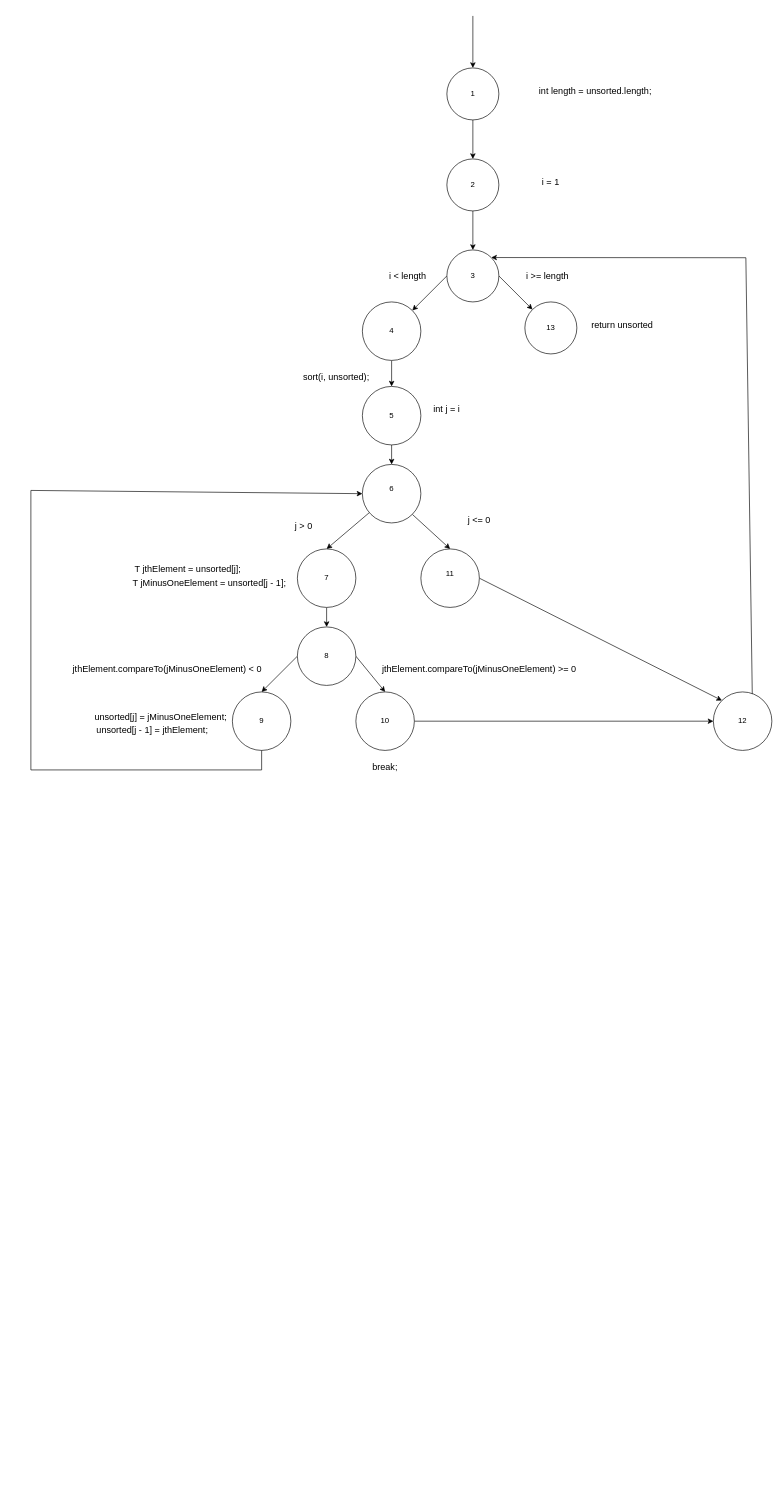
Earlier version of the draw.io diagram Graph_based_diagram.drawio (VoHoAnhTuan/Diagrams). Source tidied: cells renumbered, new cells numbered last; positions are measured from the earlier drawing's top-left corner, leaving out a move shared by most shapes. Both pictures are drawn from the tidied source at 65%, with x=0, y=0 at pixel (31, 16).
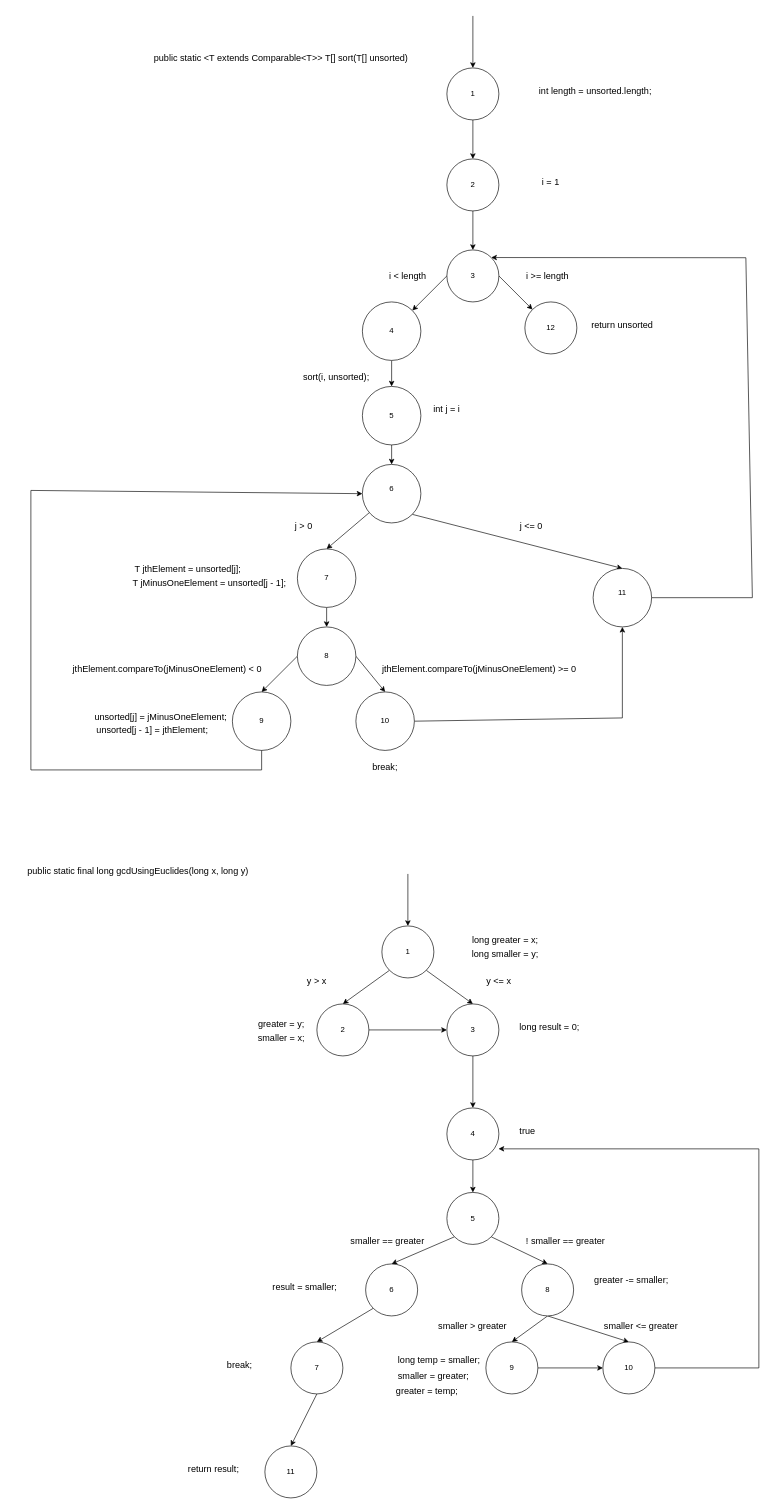
Above is the later version.

The change refers to these unchanged cells:
```xml
<mxCell id="9" value="3" style="ellipse;whiteSpace=wrap;html=1;" parent="1" vertex="1">
  <mxGeometry x="640" y="360" width="80" height="80" as="geometry" />
</mxCell>
<mxCell id="27" value="&lt;div&gt;10&lt;/div&gt;" style="ellipse;whiteSpace=wrap;html=1;" parent="1" vertex="1">
  <mxGeometry x="500" y="1040" width="90" height="90" as="geometry" />
</mxCell>
```

What changed in the source:
```diff
@@
-    <mxCell id="12" value="13" style="ellipse;whiteSpace=wrap;html=1;" parent="1" vertex="1">
+    <mxCell id="12" value="&lt;div&gt;12&lt;/div&gt;" style="ellipse;whiteSpace=wrap;html=1;" parent="1" vertex="1">
       <mxGeometry x="760" y="440" width="80" height="80" as="geometry" />
     </mxCell>
@@
-    <mxCell id="20" style="edgeStyle=none;rounded=0;jettySize=auto;html=1;exitX=1;exitY=0.5;exitDx=0;exitDy=0;entryX=0;entryY=0;entryDx=0;entryDy=0;" parent="1" edge="1" source="21" target="29">
-      <mxGeometry relative="1" as="geometry" />
-    </mxCell>
     <mxCell id="21" value="&lt;div&gt;11&lt;/div&gt;&lt;div&gt;&lt;br&gt;&lt;/div&gt;" style="ellipse;whiteSpace=wrap;html=1;" parent="1" vertex="1">
-      <mxGeometry x="600" y="820" width="90" height="90" as="geometry" />
+      <mxGeometry x="865" y="850" width="90" height="90" as="geometry" />
     </mxCell>
@@
-    <mxCell id="26" style="edgeStyle=none;rounded=0;jettySize=auto;html=1;exitX=1;exitY=0.5;exitDx=0;exitDy=0;entryX=0;entryY=0.5;entryDx=0;entryDy=0;" parent="1" edge="1" source="27" target="29">
-      <mxGeometry relative="1" as="geometry" />
+    <mxCell id="26" style="edgeStyle=none;rounded=0;jettySize=auto;html=1;exitX=1;exitY=0.5;exitDx=0;exitDy=0;entryX=0.5;entryY=1;entryDx=0;entryDy=0;" parent="1" edge="1" source="27" target="21">
+      <mxGeometry relative="1" as="geometry">
+        <Array as="points">
+          <mxPoint x="910" y="1080" />
+        </Array>
+      </mxGeometry>
     </mxCell>
@@
-    <mxCell id="28" style="edgeStyle=none;rounded=0;jettySize=auto;html=1;exitX=1;exitY=0;exitDx=0;exitDy=0;entryX=1;entryY=0;entryDx=0;entryDy=0;" parent="1" edge="1" source="29" target="9">
+    <mxCell id="28" style="edgeStyle=none;rounded=0;jettySize=auto;html=1;exitX=1;exitY=0.5;exitDx=0;exitDy=0;entryX=1;entryY=0;entryDx=0;entryDy=0;" parent="1" edge="1" source="21" target="9">
       <mxGeometry relative="1" as="geometry">
         <Array as="points">
-          <mxPoint x="1110" y="1053" />
+          <mxPoint x="1110" y="895" />
           <mxPoint x="1100" y="372" />
         </Array>
       </mxGeometry>
     </mxCell>
-    <mxCell id="29" value="&lt;div&gt;12&lt;/div&gt;" style="ellipse;whiteSpace=wrap;html=1;" parent="1" vertex="1">
-      <mxGeometry x="1050" y="1040" width="90" height="90" as="geometry" />
-    </mxCell>
@@
     <mxCell id="38" value="j &amp;lt;= 0" style="text;html=1;strokeColor=none;fillColor=none;align=center;verticalAlign=middle;whiteSpace=wrap;rounded=0;fontSize=14;" parent="1" vertex="1">
-      <mxGeometry x="660" y="760" width="60" height="30" as="geometry" />
+      <mxGeometry x="740" y="770" width="60" height="30" as="geometry" />
     </mxCell>
@@
+    <mxCell id="45" value="  &lt;span class=&quot;pl-k&quot;&gt;public&lt;/span&gt; &lt;span class=&quot;pl-k&quot;&gt;static&lt;/span&gt; &amp;lt;&lt;span class=&quot;pl-s1&quot;&gt;T&lt;/span&gt; &lt;span class=&quot;pl-k&quot;&gt;extends&lt;/span&gt; &lt;span class=&quot;pl-smi&quot;&gt;Comparable&lt;/span&gt;&amp;lt;&lt;span class=&quot;pl-smi&quot;&gt;T&lt;/span&gt;&amp;gt;&amp;gt; &lt;span class=&quot;pl-smi&quot;&gt;T&lt;/span&gt;[] &lt;span class=&quot;pl-en&quot;&gt;&lt;span data-hydro-click=&quot;{&amp;quot;event_type&amp;quot;:&amp;quot;code_navigation.click_on_symbol&amp;quot;,&amp;quot;payload&amp;quot;:{&amp;quot;action&amp;quot;:&amp;quot;click_on_symbol&amp;quot;,&amp;quot;repository_id&amp;quot;:14545717,&amp;quot;ref&amp;quot;:&amp;quot;master&amp;quot;,&amp;quot;language&amp;quot;:&amp;quot;Java&amp;quot;,&amp;quot;backend&amp;quot;:&amp;quot;ALEPH_FUZZY&amp;quot;,&amp;quot;code_nav_context&amp;quot;:&amp;quot;BLOB_VIEW&amp;quot;,&amp;quot;retry_backend&amp;quot;:&amp;quot;&amp;quot;,&amp;quot;cross_repo_results_included&amp;quot;:&amp;quot;CROSS_REPO_NOT_ENABLED&amp;quot;,&amp;quot;in_repo_result_count&amp;quot;:11,&amp;quot;cross_repo_result_count&amp;quot;:0,&amp;quot;originating_url&amp;quot;:&amp;quot;https://github.com/phishman3579/java-algorithms-implementation/find-definition?q=sort&amp;amp;blob_path=src%2Fcom%2Fjwetherell%2Falgorithms%2Fsorts%2FInsertionSort.java&amp;amp;ref=master&amp;amp;language=Java&amp;amp;row=24&amp;amp;col=48&amp;amp;code_nav_context=BLOB_VIEW&amp;quot;,&amp;quot;user_id&amp;quot;:65838391}}&quot; class=&quot;pl-token&quot;&gt;sort&lt;/span&gt;&lt;/span&gt;(&lt;span class=&quot;pl-smi&quot;&gt;T&lt;/span&gt;[] &lt;span class=&quot;pl-s1&quot;&gt;unsorted&lt;/span&gt;)" style="text;html=1;strokeColor=none;fillColor=none;align=center;verticalAlign=middle;whiteSpace=wrap;rounded=0;fontSize=14;" parent="1" vertex="1">
+      <mxGeometry x="150" y="50" width="470" height="30" as="geometry" />
+    </mxCell>
+    <mxCell id="46" value="&lt;span class=&quot;pl-k&quot;&gt;public&lt;/span&gt; &lt;span class=&quot;pl-k&quot;&gt;static&lt;/span&gt; &lt;span class=&quot;pl-k&quot;&gt;final&lt;/span&gt; &lt;span class=&quot;pl-smi&quot;&gt;long&lt;/span&gt; &lt;span class=&quot;pl-en&quot;&gt;&lt;span data-hydro-click=&quot;{&amp;quot;event_type&amp;quot;:&amp;quot;code_navigation.click_on_symbol&amp;quot;,&amp;quot;payload&amp;quot;:{&amp;quot;action&amp;quot;:&amp;quot;click_on_symbol&amp;quot;,&amp;quot;repository_id&amp;quot;:14545717,&amp;quot;ref&amp;quot;:&amp;quot;master&amp;quot;,&amp;quot;language&amp;quot;:&amp;quot;Java&amp;quot;,&amp;quot;backend&amp;quot;:&amp;quot;ALEPH_FUZZY&amp;quot;,&amp;quot;code_nav_context&amp;quot;:&amp;quot;BLOB_VIEW&amp;quot;,&amp;quot;retry_backend&amp;quot;:&amp;quot;&amp;quot;,&amp;quot;cross_repo_results_included&amp;quot;:&amp;quot;CROSS_REPO_NOT_ENABLED&amp;quot;,&amp;quot;in_repo_result_count&amp;quot;:1,&amp;quot;cross_repo_result_count&amp;quot;:0,&amp;quot;originating_url&amp;quot;:&amp;quot;https://github.com/phishman3579/java-algorithms-implementation/find-definition?q=gcdUsingEuclides&amp;amp;blob_path=src%2Fcom%2Fjwetherell%2Falgorithms%2Fmathematics%2FGreatestCommonDivisor.java&amp;amp;ref=master&amp;amp;language=Java&amp;amp;row=34&amp;amp;col=29&amp;amp;code_nav_context=BLOB_VIEW&amp;quot;,&amp;quot;user_id&amp;quot;:65838391}}&quot; class=&quot;pl-token&quot;&gt;gcdUsingEuclides&lt;/span&gt;&lt;/span&gt;(&lt;span class=&quot;pl-smi&quot;&gt;long&lt;/span&gt; &lt;span class=&quot;pl-s1&quot;&gt;x&lt;/span&gt;, &lt;span class=&quot;pl-smi&quot;&gt;long&lt;/span&gt; &lt;span class=&quot;pl-s1&quot;&gt;y&lt;/span&gt;)" style="text;html=1;strokeColor=none;fillColor=none;align=center;verticalAlign=middle;whiteSpace=wrap;rounded=0;fontSize=14;" parent="1" vertex="1">
+      <mxGeometry x="-30" y="1300" width="390" height="30" as="geometry" />
+    </mxCell>
+    <mxCell id="47" style="endArrow=classic;html=1;rounded=0;" parent="1" edge="1" target="50">
+      <mxGeometry relative="1" as="geometry">
+        <mxPoint x="580" y="1320" as="sourcePoint" />
+      </mxGeometry>
+    </mxCell>
+    <mxCell id="48" style="edgeStyle=none;rounded=0;jettySize=auto;html=1;exitX=0;exitY=1;exitDx=0;exitDy=0;entryX=0.5;entryY=0;entryDx=0;entryDy=0;fontSize=14;" parent="1" edge="1" source="50" target="52">
+      <mxGeometry relative="1" as="geometry" />
+    </mxCell>
+    <mxCell id="49" style="edgeStyle=none;rounded=0;jettySize=auto;html=1;exitX=1;exitY=1;exitDx=0;exitDy=0;entryX=0.5;entryY=0;entryDx=0;entryDy=0;fontSize=14;" parent="1" edge="1" source="50" target="54">
+      <mxGeometry relative="1" as="geometry" />
+    </mxCell>
+    <mxCell id="50" value="1" style="ellipse;whiteSpace=wrap;html=1;" parent="1" vertex="1">
+      <mxGeometry x="540" y="1400" width="80" height="80" as="geometry" />
+    </mxCell>
+    <mxCell id="51" style="edgeStyle=none;rounded=0;jettySize=auto;html=1;exitX=1;exitY=0.5;exitDx=0;exitDy=0;entryX=0;entryY=0.5;entryDx=0;entryDy=0;fontSize=14;" parent="1" edge="1" source="52" target="54">
+      <mxGeometry relative="1" as="geometry" />
+    </mxCell>
+    <mxCell id="52" value="2" style="ellipse;whiteSpace=wrap;html=1;" parent="1" vertex="1">
+      <mxGeometry x="440" y="1520" width="80" height="80" as="geometry" />
+    </mxCell>
+    <mxCell id="53" style="edgeStyle=none;rounded=0;jettySize=auto;html=1;exitX=0.5;exitY=1;exitDx=0;exitDy=0;fontSize=14;" parent="1" edge="1" source="54" target="56">
+      <mxGeometry relative="1" as="geometry" />
+    </mxCell>
+    <mxCell id="54" value="3" style="ellipse;whiteSpace=wrap;html=1;" parent="1" vertex="1">
+      <mxGeometry x="640" y="1520" width="80" height="80" as="geometry" />
+    </mxCell>
+    <mxCell id="55" style="edgeStyle=none;rounded=0;jettySize=auto;html=1;exitX=0.5;exitY=1;exitDx=0;exitDy=0;entryX=0.5;entryY=0;entryDx=0;entryDy=0;fontSize=14;" parent="1" edge="1" source="56" target="59">
+      <mxGeometry relative="1" as="geometry" />
+    </mxCell>
+    <mxCell id="56" value="4" style="ellipse;whiteSpace=wrap;html=1;" parent="1" vertex="1">
+      <mxGeometry x="640" y="1680" width="80" height="80" as="geometry" />
+    </mxCell>
+    <mxCell id="57" style="edgeStyle=none;rounded=0;jettySize=auto;html=1;exitX=0;exitY=1;exitDx=0;exitDy=0;entryX=0.5;entryY=0;entryDx=0;entryDy=0;fontSize=14;" parent="1" edge="1" source="59" target="61">
+      <mxGeometry relative="1" as="geometry" />
+    </mxCell>
+    <mxCell id="58" style="edgeStyle=none;rounded=0;jettySize=auto;html=1;exitX=1;exitY=1;exitDx=0;exitDy=0;entryX=0.5;entryY=0;entryDx=0;entryDy=0;fontSize=14;" parent="1" edge="1" source="59" target="64">
+      <mxGeometry relative="1" as="geometry" />
+    </mxCell>
+    <mxCell id="59" value="5" style="ellipse;whiteSpace=wrap;html=1;" parent="1" vertex="1">
+      <mxGeometry x="640" y="1810" width="80" height="80" as="geometry" />
+    </mxCell>
+    <mxCell id="60" style="edgeStyle=none;rounded=0;jettySize=auto;html=1;exitX=0;exitY=1;exitDx=0;exitDy=0;entryX=0.5;entryY=0;entryDx=0;entryDy=0;fontSize=14;" parent="1" edge="1" source="61" target="66">
+      <mxGeometry relative="1" as="geometry" />
+    </mxCell>
+    <mxCell id="61" value="6" style="ellipse;whiteSpace=wrap;html=1;" parent="1" vertex="1">
+      <mxGeometry x="515" y="1920" width="80" height="80" as="geometry" />
+    </mxCell>
+    <mxCell id="62" style="edgeStyle=none;rounded=0;jettySize=auto;html=1;exitX=0.5;exitY=1;exitDx=0;exitDy=0;entryX=0.5;entryY=0;entryDx=0;entryDy=0;fontSize=14;" parent="1" edge="1" source="64" target="69">
+      <mxGeometry relative="1" as="geometry" />
+    </mxCell>
+    <mxCell id="63" style="edgeStyle=none;rounded=0;jettySize=auto;html=1;exitX=0.5;exitY=1;exitDx=0;exitDy=0;entryX=0.5;entryY=0;entryDx=0;entryDy=0;fontSize=14;" parent="1" edge="1" source="64" target="71">
+      <mxGeometry relative="1" as="geometry" />
+    </mxCell>
+    <mxCell id="64" value="8" style="ellipse;whiteSpace=wrap;html=1;" parent="1" vertex="1">
+      <mxGeometry x="755" y="1920" width="80" height="80" as="geometry" />
+    </mxCell>
+    <mxCell id="65" style="edgeStyle=none;rounded=0;jettySize=auto;html=1;exitX=0.5;exitY=1;exitDx=0;exitDy=0;entryX=0.5;entryY=0;entryDx=0;entryDy=0;fontSize=14;" parent="1" edge="1" source="66" target="67">
+      <mxGeometry relative="1" as="geometry" />
+    </mxCell>
+    <mxCell id="66" value="7" style="ellipse;whiteSpace=wrap;html=1;" parent="1" vertex="1">
+      <mxGeometry x="400" y="2040" width="80" height="80" as="geometry" />
+    </mxCell>
+    <mxCell id="67" value="11" style="ellipse;whiteSpace=wrap;html=1;" parent="1" vertex="1">
+      <mxGeometry x="360" y="2200" width="80" height="80" as="geometry" />
+    </mxCell>
+    <mxCell id="68" style="edgeStyle=none;rounded=0;jettySize=auto;html=1;exitX=1;exitY=0.5;exitDx=0;exitDy=0;entryX=0;entryY=0.5;entryDx=0;entryDy=0;fontSize=14;" parent="1" edge="1" source="69" target="71">
+      <mxGeometry relative="1" as="geometry" />
+    </mxCell>
+    <mxCell id="69" value="9" style="ellipse;whiteSpace=wrap;html=1;" parent="1" vertex="1">
+      <mxGeometry x="700" y="2040" width="80" height="80" as="geometry" />
+    </mxCell>
+    <mxCell id="70" style="edgeStyle=none;rounded=0;jettySize=auto;html=1;exitX=1;exitY=0.5;exitDx=0;exitDy=0;entryX=0.993;entryY=0.787;entryDx=0;entryDy=0;entryPerimeter=0;fontSize=14;" parent="1" edge="1" source="71" target="56">
+      <mxGeometry relative="1" as="geometry">
+        <Array as="points">
+          <mxPoint x="1120" y="2080" />
+          <mxPoint x="1120" y="1743" />
+        </Array>
+      </mxGeometry>
+    </mxCell>
+    <mxCell id="71" value="10" style="ellipse;whiteSpace=wrap;html=1;" parent="1" vertex="1">
+      <mxGeometry x="880" y="2040" width="80" height="80" as="geometry" />
+    </mxCell>
+    <mxCell id="72" value="&lt;table class=&quot;highlight tab-size js-file-line-container js-code-nav-container js-tagsearch-file&quot;&gt;&lt;tbody&gt;&lt;tr&gt;&lt;td class=&quot;blob-code blob-code-inner js-file-line&quot; id=&quot;LC36&quot;&gt;&lt;span class=&quot;pl-smi&quot;&gt;long&lt;/span&gt; &lt;span class=&quot;pl-s1&quot;&gt;greater&lt;/span&gt; = &lt;span class=&quot;pl-s1&quot;&gt;x&lt;/span&gt;;&lt;/td&gt;&#10;        &lt;/tr&gt;&#10;        &lt;tr&gt;&#10;          &lt;/tr&gt;&lt;/tbody&gt;&lt;/table&gt;        &lt;span class=&quot;pl-smi&quot;&gt;long&lt;/span&gt; &lt;span class=&quot;pl-s1&quot;&gt;smaller&lt;/span&gt; = &lt;span class=&quot;pl-s1&quot;&gt;y&lt;/span&gt;;" style="text;html=1;strokeColor=none;fillColor=none;align=center;verticalAlign=middle;whiteSpace=wrap;rounded=0;fontSize=14;" parent="1" vertex="1">
+      <mxGeometry x="640" y="1390" width="180" height="30" as="geometry" />
+    </mxCell>
+    <mxCell id="73" value="&lt;span class=&quot;pl-s1&quot;&gt;y&lt;/span&gt; &amp;gt; &lt;span class=&quot;pl-s1&quot;&gt;x&lt;/span&gt;" style="text;html=1;strokeColor=none;fillColor=none;align=center;verticalAlign=middle;whiteSpace=wrap;rounded=0;fontSize=14;" parent="1" vertex="1">
+      <mxGeometry x="410" y="1470" width="60" height="30" as="geometry" />
+    </mxCell>
+    <mxCell id="74" value="&lt;span class=&quot;pl-s1&quot;&gt;y&lt;/span&gt; &amp;lt;= &lt;span class=&quot;pl-s1&quot;&gt;x&lt;/span&gt;" style="text;html=1;strokeColor=none;fillColor=none;align=center;verticalAlign=middle;whiteSpace=wrap;rounded=0;fontSize=14;" parent="1" vertex="1">
+      <mxGeometry x="690" y="1470" width="60" height="30" as="geometry" />
+    </mxCell>
+    <mxCell id="75" value="&lt;table class=&quot;highlight tab-size js-file-line-container js-code-nav-container js-tagsearch-file&quot;&gt;&lt;tbody&gt;&lt;tr&gt;&lt;td class=&quot;blob-code blob-code-inner js-file-line&quot; id=&quot;LC39&quot;&gt; &lt;span class=&quot;pl-s1&quot;&gt;greater&lt;/span&gt; = &lt;span class=&quot;pl-s1&quot;&gt;y&lt;/span&gt;;&lt;/td&gt;&#10;        &lt;/tr&gt;&#10;        &lt;tr&gt;&#10;          &lt;/tr&gt;&lt;/tbody&gt;&lt;/table&gt;            &lt;span class=&quot;pl-s1&quot;&gt;smaller&lt;/span&gt; = &lt;span class=&quot;pl-s1&quot;&gt;x&lt;/span&gt;;" style="text;html=1;strokeColor=none;fillColor=none;align=center;verticalAlign=middle;whiteSpace=wrap;rounded=0;fontSize=14;" parent="1" vertex="1">
+      <mxGeometry x="307.5" y="1520" width="155" height="30" as="geometry" />
+    </mxCell>
+    <mxCell id="76" value="&lt;span class=&quot;pl-smi&quot;&gt;long&lt;/span&gt; &lt;span class=&quot;pl-s1&quot;&gt;result&lt;/span&gt; = &lt;span class=&quot;pl-c1&quot;&gt;0&lt;/span&gt;;" style="text;whiteSpace=wrap;html=1;fontSize=14;" parent="1" vertex="1">
+      <mxGeometry x="750" y="1540" width="130" height="40" as="geometry" />
+    </mxCell>
+    <mxCell id="77" value="true" style="text;whiteSpace=wrap;html=1;fontSize=14;" parent="1" vertex="1">
+      <mxGeometry x="750" y="1700" width="130" height="40" as="geometry" />
+    </mxCell>
+    <mxCell id="78" value="&lt;span class=&quot;pl-s1&quot;&gt;smaller&lt;/span&gt; == &lt;span class=&quot;pl-s1&quot;&gt;greater&lt;/span&gt;" style="text;whiteSpace=wrap;html=1;fontSize=14;" parent="1" vertex="1">
+      <mxGeometry x="490" y="1870" width="130" height="40" as="geometry" />
+    </mxCell>
+    <mxCell id="79" value="&lt;span class=&quot;pl-s1&quot;&gt;! smaller&lt;/span&gt; == &lt;span class=&quot;pl-s1&quot;&gt;greater&lt;/span&gt;" style="text;whiteSpace=wrap;html=1;fontSize=14;" parent="1" vertex="1">
+      <mxGeometry x="760" y="1870" width="130" height="40" as="geometry" />
+    </mxCell>
+    <mxCell id="80" value=" &lt;span class=&quot;pl-s1&quot;&gt;result&lt;/span&gt; = &lt;span class=&quot;pl-s1&quot;&gt;smaller&lt;/span&gt;;" style="text;whiteSpace=wrap;html=1;fontSize=14;" parent="1" vertex="1">
+      <mxGeometry x="370" y="1940" width="130" height="40" as="geometry" />
+    </mxCell>
+    <mxCell id="81" value="break;" style="text;whiteSpace=wrap;html=1;fontSize=14;" parent="1" vertex="1">
+      <mxGeometry x="300" y="2060" width="130" height="40" as="geometry" />
+    </mxCell>
+    <mxCell id="82" value="return result;" style="text;whiteSpace=wrap;html=1;fontSize=14;" parent="1" vertex="1">
+      <mxGeometry x="240" y="2220" width="130" height="40" as="geometry" />
+    </mxCell>
+    <mxCell id="83" value="&lt;span class=&quot;pl-s1&quot;&gt;greater&lt;/span&gt; -= &lt;span class=&quot;pl-s1&quot;&gt;smaller&lt;/span&gt;;" style="text;whiteSpace=wrap;html=1;fontSize=14;" parent="1" vertex="1">
+      <mxGeometry x="865" y="1930" width="130" height="40" as="geometry" />
+    </mxCell>
+    <mxCell id="84" value="&lt;span class=&quot;pl-s1&quot;&gt;smaller&lt;/span&gt; &amp;gt; &lt;span class=&quot;pl-s1&quot;&gt;greater&lt;/span&gt;" style="text;whiteSpace=wrap;html=1;fontSize=14;" parent="1" vertex="1">
+      <mxGeometry x="625" y="2000" width="130" height="40" as="geometry" />
+    </mxCell>
+    <mxCell id="85" value="&lt;span class=&quot;pl-s1&quot;&gt;smaller&lt;/span&gt; &amp;lt;= &lt;span class=&quot;pl-s1&quot;&gt;greater&lt;/span&gt;" style="text;whiteSpace=wrap;html=1;fontSize=14;" parent="1" vertex="1">
+      <mxGeometry x="880" y="2000" width="130" height="40" as="geometry" />
+    </mxCell>
+    <mxCell id="86" value="&lt;br&gt;&lt;br&gt;&lt;br&gt;&lt;table class=&quot;highlight tab-size js-file-line-container js-code-nav-container js-tagsearch-file&quot;&gt;&lt;tbody&gt;&lt;tr&gt;&lt;td class=&quot;blob-code blob-code-inner js-file-line&quot; id=&quot;LC52&quot;&gt; &lt;span class=&quot;pl-smi&quot;&gt;long&lt;/span&gt; &lt;span class=&quot;pl-s1&quot;&gt;temp&lt;/span&gt; = &lt;span class=&quot;pl-s1&quot;&gt;smaller&lt;/span&gt;;&lt;/td&gt;        &lt;/tr&gt;        &lt;tr&gt;          &lt;/tr&gt;&lt;/tbody&gt;&lt;/table&gt;&lt;table class=&quot;highlight tab-size js-file-line-container js-code-nav-container js-tagsearch-file&quot;&gt;&lt;tbody&gt;&lt;tr&gt;&lt;td class=&quot;blob-code blob-code-inner js-file-line&quot; id=&quot;LC53&quot;&gt;                &lt;span class=&quot;pl-s1&quot;&gt;smaller&lt;/span&gt; = &lt;span class=&quot;pl-s1&quot;&gt;greater&lt;/span&gt;;&lt;/td&gt;        &lt;/tr&gt;        &lt;tr&gt;          &lt;/tr&gt;&lt;/tbody&gt;&lt;/table&gt;                &lt;span class=&quot;pl-s1&quot;&gt;greater&lt;/span&gt; = &lt;span class=&quot;pl-s1&quot;&gt;temp&lt;/span&gt;;" style="text;whiteSpace=wrap;html=1;fontSize=14;" parent="1" vertex="1">
+      <mxGeometry x="560" y="2000" width="140" height="40" as="geometry" />
+    </mxCell>
```
